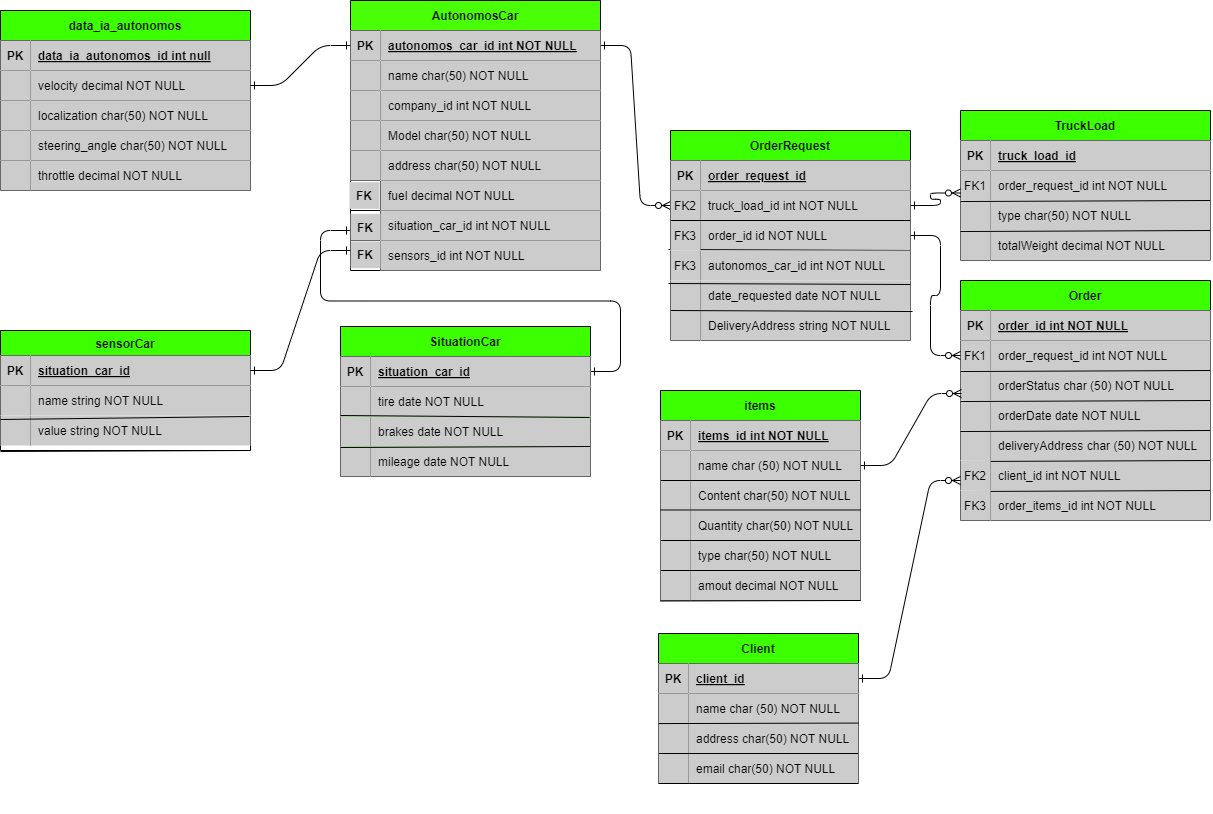
Earlier version of the draw.io export diagram/Diagram_BD.drawio.png (renansko/TCC-AUTNOMOS-CAR). Source tidied: cells renumbered, new cells last; positions are measured from the earlier drawing's top-left corner, leaving out a move shared by most shapes.
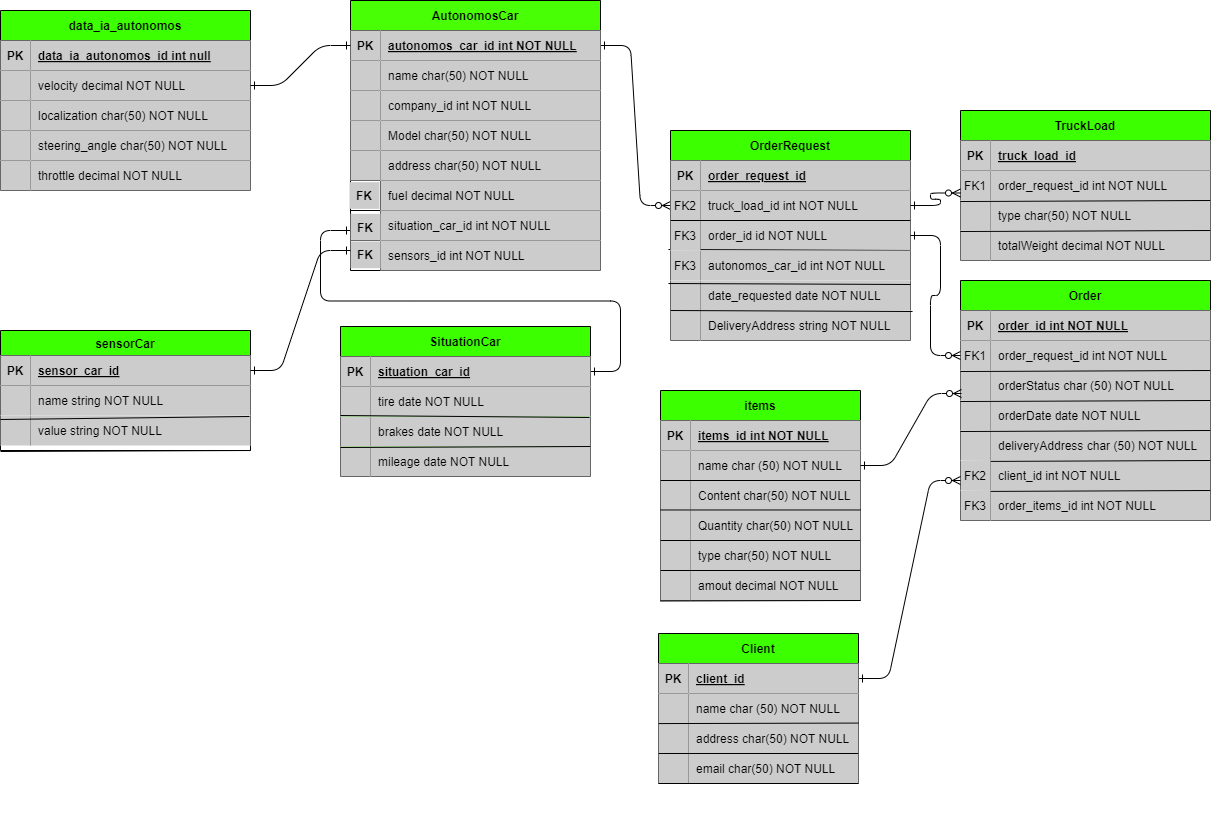
After the change.

The edit, as a diff of the source:
```diff
@@ -688,7 +688,7 @@
     <mxCell id="186" value="PK" style="shape=partialRectangle;overflow=hidden;fillColor=#CCCCCC;top=0;left=0;bottom=0;right=0;fontStyle=1;" parent="185" vertex="1">
       <mxGeometry width="30" height="30" as="geometry" />
     </mxCell>
-    <mxCell id="187" value="situation_car_id" style="shape=partialRectangle;overflow=hidden;fillColor=#CCCCCC;top=0;left=0;bottom=0;right=0;align=left;spacingLeft=6;fontStyle=5;" parent="185" vertex="1">
+    <mxCell id="187" value="sensor_car_id" style="shape=partialRectangle;overflow=hidden;fillColor=#CCCCCC;top=0;left=0;bottom=0;right=0;align=left;spacingLeft=6;fontStyle=5;" parent="185" vertex="1">
       <mxGeometry x="30" width="220" height="30" as="geometry" />
     </mxCell>
     <mxCell id="188" style="shape=partialRectangle;fillColor=none;points=[[0,0.5],[1,0.5]];portConstraint=eastwest;top=0;left=0;right=0;bottom=0;" parent="184" vertex="1">
```
